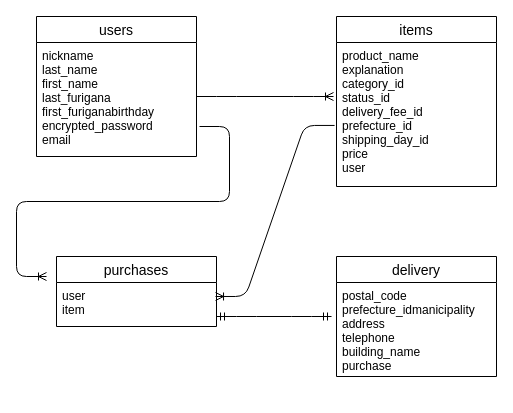
hiiro777/furima-35507 keeps this draw.io diagram as furima.dio. Above is the earlier version. Source tidied: cells renumbered, new cells numbered last; positions are measured from the earlier drawing's top-left corner, leaving out a move shared by most shapes. Both pictures are drawn from the tidied source at 100%, with x=0, y=0 at pixel (36, 16).
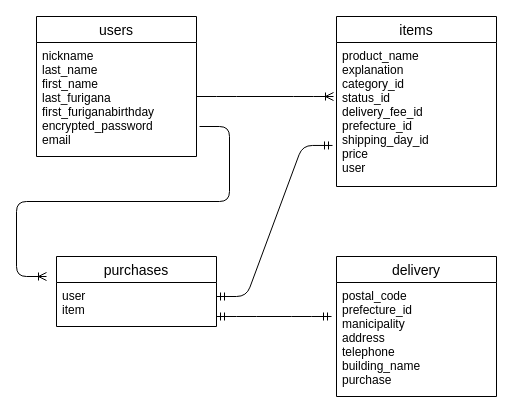
After the change.

Change to the diagram source:
```diff
@@
 <mxGraphModel>
   <root>
     <mxCell id="0" />
     <mxCell id="1" parent="0" />
     <mxCell id="2" value="users" style="swimlane;fontStyle=0;horizontal=1;startSize=26;align=center;fontSize=14;" parent="1" vertex="1">
       <mxGeometry width="160" height="140" as="geometry" />
     </mxCell>
     <mxCell id="3" value="nickname&#10;last_name&#10;first_name&#10;last_furigana&#10;first_furiganabirthday&#10;encrypted_password&#10;email" style="text;strokeColor=none;fillColor=none;spacingLeft=4;spacingRight=4;overflow=hidden;fontSize=12;" parent="2" vertex="1">
       <mxGeometry y="26" width="160" height="114" as="geometry" />
     </mxCell>
     <mxCell id="4" value="items" style="swimlane;fontStyle=0;horizontal=1;startSize=26;align=center;fontSize=14;" parent="1" vertex="1">
       <mxGeometry x="300" width="160" height="170" as="geometry" />
     </mxCell>
     <mxCell id="5" value="product_name&#10;explanation&#10;category_id&#10;status_id&#10;delivery_fee_id&#10;prefecture_id&#10;shipping_day_id&#10;price&#10;user" style="text;strokeColor=none;fillColor=none;spacingLeft=4;spacingRight=4;overflow=hidden;points=[[0,0.5],[1,0.5]];portConstraint=eastwest;fontSize=12;" parent="4" vertex="1">
       <mxGeometry y="26" width="160" height="144" as="geometry" />
     </mxCell>
     <mxCell id="6" value="purchases" style="swimlane;fontStyle=0;horizontal=1;startSize=26;align=center;fontSize=14;" parent="1" vertex="1">
       <mxGeometry x="20" y="240" width="160" height="70" as="geometry" />
     </mxCell>
     <mxCell id="7" value="user&#10;item" style="text;strokeColor=none;fillColor=none;spacingLeft=4;spacingRight=4;overflow=hidden;points=[[0,0.5],[1,0.5]];portConstraint=eastwest;fontSize=12;" parent="6" vertex="1">
       <mxGeometry y="26" width="160" height="44" as="geometry" />
     </mxCell>
     <mxCell id="8" value="delivery" style="swimlane;fontStyle=0;horizontal=1;startSize=26;align=center;fontSize=14;" parent="1" vertex="1">
-      <mxGeometry x="300" y="240" width="160" height="120" as="geometry" />
+      <mxGeometry x="300" y="240" width="160" height="140" as="geometry" />
     </mxCell>
-    <mxCell id="9" value="postal_code&#10;prefecture_idmanicipality&#10;address&#10;telephone&#10;building_name&#10;purchase" style="text;strokeColor=none;fillColor=none;spacingLeft=4;spacingRight=4;overflow=hidden;fontSize=12;" parent="8" vertex="1">
-      <mxGeometry y="26" width="160" height="94" as="geometry" />
+    <mxCell id="9" value="postal_code&#10;prefecture_id&#10;manicipality&#10;address&#10;telephone&#10;building_name&#10;purchase" style="text;strokeColor=none;fillColor=none;spacingLeft=4;spacingRight=4;overflow=hidden;fontSize=12;" parent="8" vertex="1">
+      <mxGeometry y="26" width="160" height="114" as="geometry" />
     </mxCell>
-    <mxCell id="10" style="edgeStyle=entityRelationEdgeStyle;fontSize=12;html=1;endArrow=ERoneToMany;entryX=0.994;entryY=0.318;entryDx=0;entryDy=0;entryPerimeter=0;exitX=-0.012;exitY=0.576;exitDx=0;exitDy=0;exitPerimeter=0;" parent="1" edge="1" source="5" target="7">
-      <mxGeometry relative="1" as="geometry" />
-    </mxCell>
     <mxCell id="11" style="edgeStyle=entityRelationEdgeStyle;fontSize=12;html=1;endArrow=ERoneToMany;" parent="1" edge="1">
       <mxGeometry relative="1" as="geometry">
         <mxPoint x="163" y="110" as="sourcePoint" />
         <mxPoint x="10" y="260" as="targetPoint" />
       </mxGeometry>
     </mxCell>
     <mxCell id="12" style="edgeStyle=entityRelationEdgeStyle;fontSize=12;html=1;endArrow=ERmandOne;startArrow=ERmandOne;" parent="1" edge="1">
       <mxGeometry relative="1" as="geometry">
         <mxPoint x="180" y="300" as="sourcePoint" />
         <mxPoint x="295" y="300" as="targetPoint" />
       </mxGeometry>
     </mxCell>
     <mxCell id="13" style="edgeStyle=entityRelationEdgeStyle;fontSize=12;html=1;endArrow=ERoneToMany;" parent="1" edge="1">
       <mxGeometry relative="1" as="geometry">
         <mxPoint x="160" y="80" as="sourcePoint" />
         <mxPoint x="297" y="80" as="targetPoint" />
       </mxGeometry>
     </mxCell>
+    <mxCell id="14" style="edgeStyle=entityRelationEdgeStyle;fontSize=12;html=1;endArrow=ERmandOne;startArrow=ERmandOne;entryX=-0.025;entryY=0.715;entryDx=0;entryDy=0;entryPerimeter=0;" parent="1" edge="1" target="5">
+      <mxGeometry relative="1" as="geometry">
+        <mxPoint x="180" y="280" as="sourcePoint" />
+      </mxGeometry>
+    </mxCell>
   </root>
 </mxGraphModel>
```
